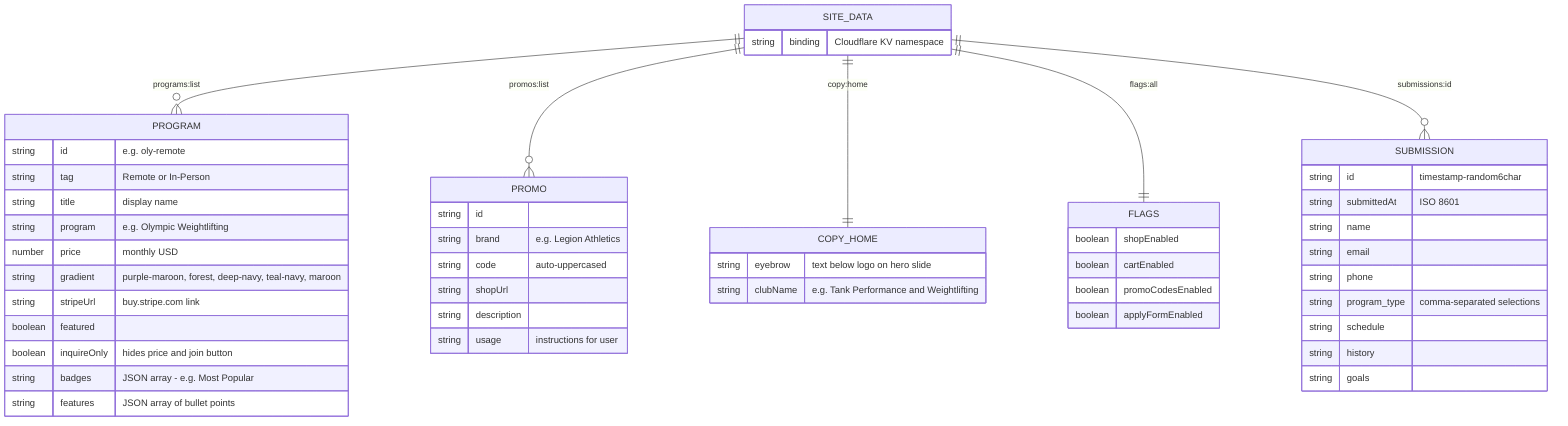
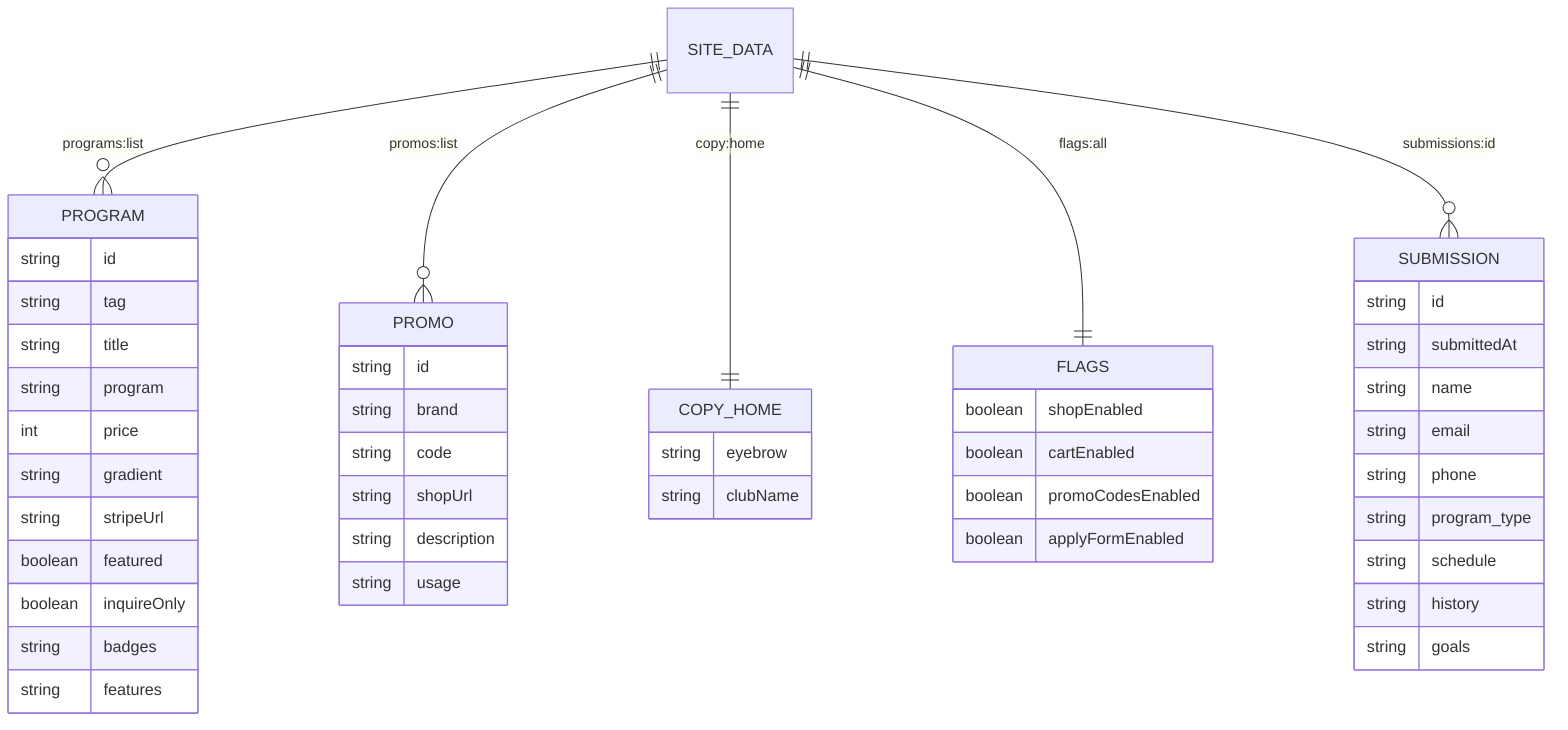
erDiagram
    SITE_DATA ||--o{ PROGRAM : "programs:list"
    SITE_DATA ||--o{ PROMO : "promos:list"
    SITE_DATA ||--|| COPY_HOME : "copy:home"
    SITE_DATA ||--|| FLAGS : "flags:all"
    SITE_DATA ||--o{ SUBMISSION : "submissions:id"

-     SITE_DATA {
-         string binding "Cloudflare KV namespace"
-     }
- 
    PROGRAM {
-         string id "e.g. oly-remote"
-         string tag "Remote or In-Person"
-         string title "display name"
-         string program "e.g. Olympic Weightlifting"
-         number price "monthly USD"
-         string gradient "purple-maroon, forest, deep-navy, teal-navy, maroon"
-         string stripeUrl "buy.stripe.com link"
+         string id
+         string tag
+         string title
+         string program
+         int price
+         string gradient
+         string stripeUrl
        boolean featured
-         boolean inquireOnly "hides price and join button"
-         string badges "JSON array - e.g. Most Popular"
-         string features "JSON array of bullet points"
+         boolean inquireOnly
+         string badges
+         string features
    }

    PROMO {
        string id
-         string brand "e.g. Legion Athletics"
-         string code "auto-uppercased"
+         string brand
+         string code
        string shopUrl
        string description
-         string usage "instructions for user"
+         string usage
    }

    COPY_HOME {
-         string eyebrow "text below logo on hero slide"
-         string clubName "e.g. Tank Performance and Weightlifting"
+         string eyebrow
+         string clubName
    }

    FLAGS {
        boolean shopEnabled
        boolean cartEnabled
        boolean promoCodesEnabled
        boolean applyFormEnabled
    }

    SUBMISSION {
-         string id "timestamp-random6char"
-         string submittedAt "ISO 8601"
+         string id
+         string submittedAt
        string name
        string email
        string phone
-         string program_type "comma-separated selections"
+         string program_type
        string schedule
        string history
        string goals
    }
